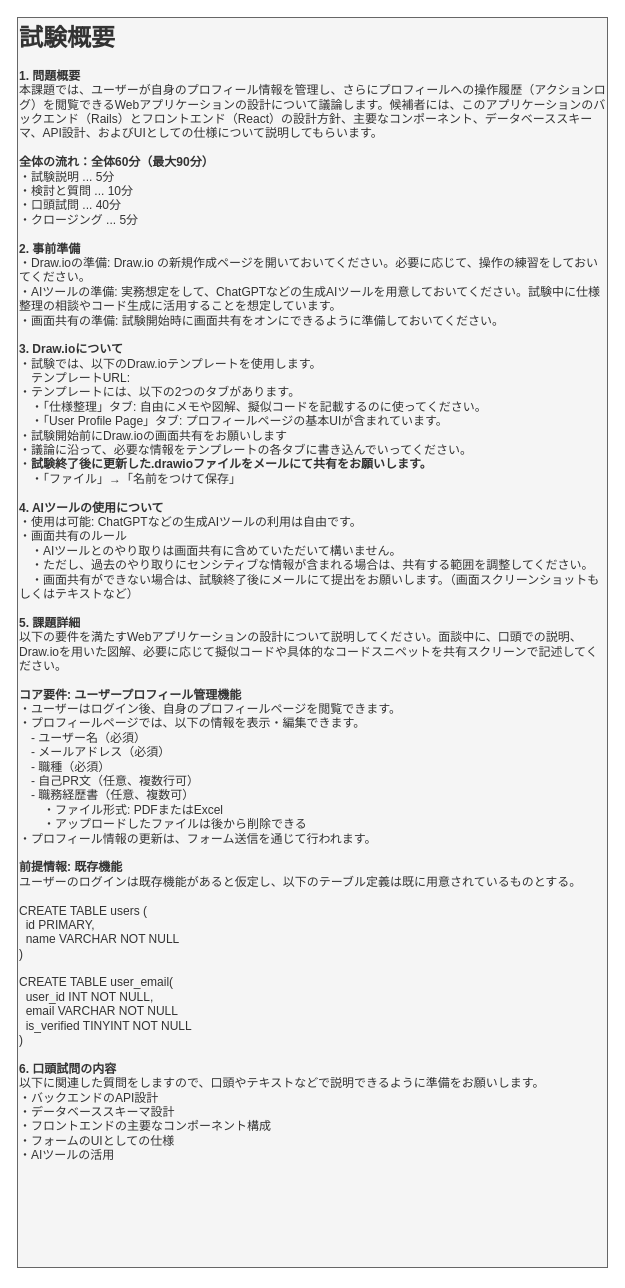
Above: page "試験概要" (1 of 3) of skillcheck/skillcheck.drawio in IkutaMayumi/public (draw.io), before the change. Source tidied: cells renumbered, new cells numbered last; positions are measured from the earlier drawing's top-left corner, leaving out a move shared by most shapes. Both pictures are drawn from the tidied source at 100%, with x=0, y=0 at pixel (17, 17).
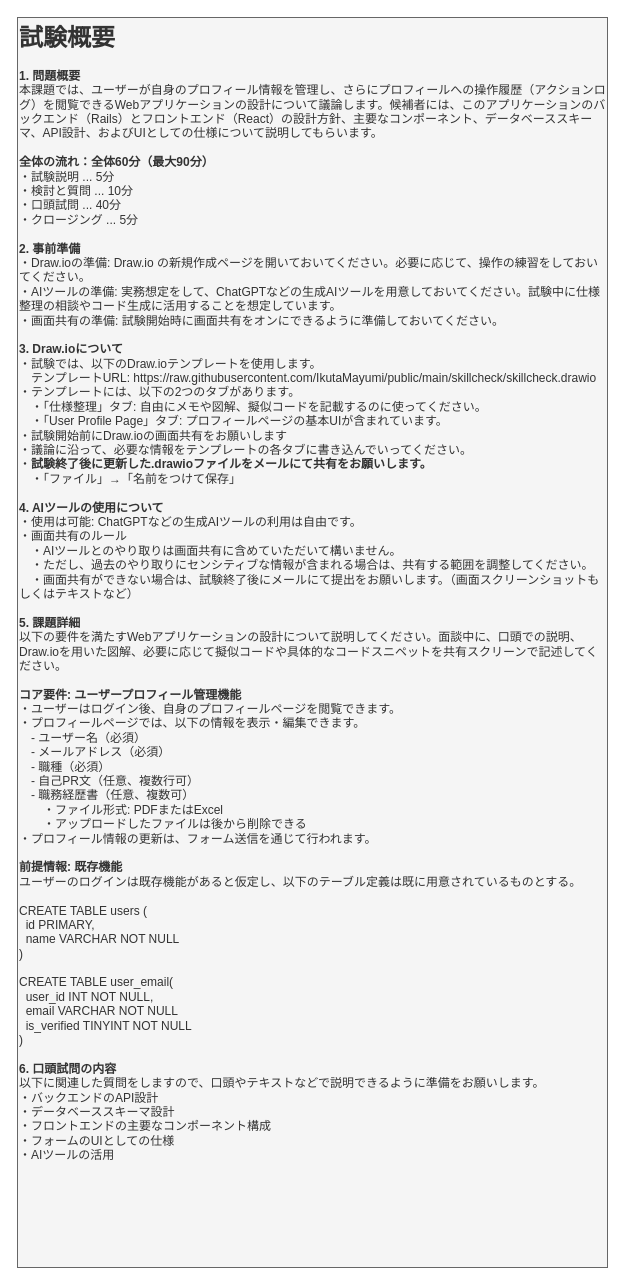
After the change.

What changed in the source:
```diff
@@
 <mxGraphModel>
   <root>
     <mxCell id="0" />
     <mxCell id="1" parent="0" />
-    <mxCell id="2" value="&lt;h1 style=&quot;margin-top: 0px;&quot;&gt;試験概要&lt;/h1&gt;&lt;div&gt;&lt;b&gt;1. 問題概要&lt;/b&gt;&lt;/div&gt;&lt;div&gt;本課題では、ユーザーが自身のプロフィール情報を管理し、さらにプロフィールへの操作履歴（アクションログ）を閲覧できるWebアプリケーションの設計について議論します。候補者には、このアプリケーションのバックエンド（Rails）とフロントエンド（React）の設計方針、主要なコンポーネント、データベーススキーマ、API設計、およびUIとしての仕様について説明してもらいます。&lt;br&gt;&lt;br&gt;&lt;b&gt;全体の流れ：全体60分（最大90分）&lt;br&gt;&lt;/b&gt;・試験説明 ... 5分&lt;br&gt;・検討と質問 ... 10分&lt;br&gt;・口頭試問 ... 40分&lt;br&gt;・クロージング ... 5分&lt;/div&gt;&lt;div&gt;&lt;br&gt;&lt;/div&gt;&lt;div&gt;&lt;b&gt;2. 事前準備&lt;/b&gt;&lt;/div&gt;&lt;div&gt;・Draw.ioの準備: Draw.io の新規作成ページを開いておいてください。必要に応じて、操作の練習をしておいてください。&lt;/div&gt;&lt;div&gt;・AIツールの準備: 実務想定をして、ChatGPTなどの生成AIツールを用意しておいてください。試験中に仕様整理の相談やコード生成に活用することを想定しています。&lt;/div&gt;&lt;div&gt;・画面共有の準備: 試験開始時に画面共有をオンにできるように準備しておいてください。&lt;/div&gt;&lt;div&gt;&lt;br&gt;&lt;b&gt;3. Draw.ioについて&lt;/b&gt;&lt;br&gt;&lt;div&gt;・試験では、以下のDraw.ioテンプレートを使用します。&lt;/div&gt;&lt;div&gt;　テンプレートURL:&amp;nbsp;&lt;/div&gt;&lt;div&gt;・&lt;span style=&quot;background-color: transparent; color: light-dark(rgb(51, 51, 51), rgb(193, 193, 193));&quot;&gt;テンプレートには、以下の2つのタブがあります。&lt;/span&gt;&lt;/div&gt;&lt;div&gt;&lt;div&gt;　・&lt;span style=&quot;background-color: transparent; color: light-dark(rgb(51, 51, 51), rgb(193, 193, 193));&quot;&gt;「仕様整理」タブ: 自由にメモや図解、擬似コードを記載するのに使ってください。&lt;/span&gt;&lt;/div&gt;　・&lt;span style=&quot;background-color: transparent; color: light-dark(rgb(51, 51, 51), rgb(193, 193, 193));&quot;&gt;「&lt;/span&gt;&lt;span style=&quot;background-color: transparent;&quot;&gt;User Profile Page&lt;/span&gt;&lt;span style=&quot;background-color: transparent; color: light-dark(rgb(51, 51, 51), rgb(193, 193, 193));&quot;&gt;」タブ: プロフィールページの基本UIが含まれています。&lt;/span&gt;&lt;/div&gt;&lt;div&gt;&lt;span style=&quot;background-color: transparent; color: light-dark(rgb(51, 51, 51), rgb(193, 193, 193));&quot;&gt;・試験開始前に&lt;/span&gt;&lt;span style=&quot;background-color: transparent; color: light-dark(rgb(51, 51, 51), rgb(193, 193, 193));&quot;&gt;Draw.ioの画面共有をお願いします&lt;/span&gt;&lt;/div&gt;&lt;div&gt;・&lt;span style=&quot;background-color: transparent; color: light-dark(rgb(51, 51, 51), rgb(193, 193, 193));&quot;&gt;議論に沿って、必要な情報をテンプレートの各タブに書き込んでいってください。&lt;br&gt;・&lt;b&gt;試験終了後に更新した.&lt;/b&gt;&lt;/span&gt;&lt;b&gt;&lt;span style=&quot;background-color: transparent;&quot;&gt;drawio&lt;/span&gt;&lt;span style=&quot;background-color: transparent; color: light-dark(rgb(51, 51, 51), rgb(193, 193, 193));&quot;&gt;ファイルをメールにて共有をお願いします。&lt;/span&gt;&lt;/b&gt;&lt;/div&gt;&lt;div&gt;&lt;span style=&quot;background-color: transparent; color: light-dark(rgb(51, 51, 51), rgb(193, 193, 193));&quot;&gt;　・「ファイル」→「名前をつけて保存」&lt;br&gt;&lt;br&gt;&lt;/span&gt;&lt;/div&gt;&lt;b&gt;4. AIツールの使用について&lt;/b&gt;&lt;br&gt;・&lt;span style=&quot;background-color: transparent;&quot;&gt;使用は可能: ChatGPTなどの生成AIツールの利用は自由です。&lt;/span&gt;&lt;div&gt;・画面共有のルール&lt;br&gt;　・AIツールとのやり取りは画面共有に含めていただいて構いません。&lt;br&gt;　・ただし、過去のやり取りにセンシティブな情報が含まれる場合は、共有する範囲を調整してください。&lt;/div&gt;　・画面共有ができない場合は、試験終了後にメールにて提出をお願いします。（画面スクリーンショットもしくはテキストなど）&lt;br&gt;&lt;div&gt;&lt;b&gt;&lt;br class=&quot;Apple-interchange-newline&quot;&gt;5. 課題詳細&lt;/b&gt;&lt;/div&gt;&lt;div&gt;以下の要件を満たすWebアプリケーションの設計について説明してください。面談中に、口頭での説明、Draw.ioを用いた図解、必要に応じて擬似コードや具体的なコードスニペットを共有スクリーンで記述してください。&lt;/div&gt;&lt;div&gt;&lt;br&gt;&lt;/div&gt;&lt;div&gt;&lt;b&gt;コア要件: ユーザープロフィール管理機能&lt;/b&gt;&lt;/div&gt;&lt;div&gt;・ユーザーはログイン後、自身のプロフィールページを閲覧できます。&lt;/div&gt;&lt;div&gt;・プロフィールページでは、以下の情報を表示・編集できます。&lt;/div&gt;&lt;div&gt;　- ユーザー名（必須）&lt;/div&gt;&lt;div&gt;　- メールアドレス（必須）&lt;/div&gt;&lt;div&gt;　- 職種（必須）&lt;/div&gt;&lt;div&gt;　- 自己PR文（任意、複数行可）&lt;/div&gt;&lt;div&gt;　- 職務経歴書（任意、複数可）&lt;/div&gt;&lt;div&gt;　　・ファイル形式: PDFまたはExcel&lt;/div&gt;&lt;div&gt;　　・アップロードしたファイルは後から削除できる&lt;/div&gt;&lt;div&gt;・プロフィール情報の更新は、フォーム送信を通じて行われます。&lt;br&gt;&lt;br&gt;&lt;b&gt;前提情報: 既存機能&lt;/b&gt;&lt;br&gt;ユーザーのログインは既存機能があると仮定し、以下のテーブル定義は既に用意されているものとする。&lt;br&gt;&lt;br&gt;&lt;div&gt;CREATE TABLE users (&lt;/div&gt;&lt;div&gt;&amp;nbsp; id PRIMARY,&lt;/div&gt;&lt;div&gt;&amp;nbsp; name VARCHAR NOT NULL&lt;/div&gt;&lt;div&gt;)&lt;/div&gt;&lt;div&gt;&lt;br&gt;&lt;/div&gt;&lt;div&gt;CREATE TABLE user_email(&lt;/div&gt;&lt;div&gt;&amp;nbsp; user_id INT NOT NULL,&lt;/div&gt;&lt;div&gt;&amp;nbsp; email VARCHAR NOT NULL&lt;/div&gt;&lt;div&gt;&amp;nbsp; is_verified TINYINT NOT NULL&lt;/div&gt;&lt;div&gt;)&lt;/div&gt;&lt;br&gt;&lt;b&gt;6. 口頭試問の内容&lt;br&gt;&lt;/b&gt;以下に関連した質問をしますので、口頭やテキストなどで説明できるように準備をお願いします。&lt;br&gt;&lt;div&gt;・バックエンドのAPI設計&lt;/div&gt;&lt;div&gt;・データベーススキーマ設計&lt;/div&gt;&lt;div&gt;・フロントエンドの主要なコンポーネント構成&lt;br&gt;・&lt;span style=&quot;background-color: transparent; color: light-dark(rgb(51, 51, 51), rgb(193, 193, 193));&quot;&gt;フォームのUIとしての仕様&lt;br&gt;&lt;/span&gt;&lt;span style=&quot;background-color: transparent; color: light-dark(rgb(51, 51, 51), rgb(193, 193, 193));&quot;&gt;・&lt;/span&gt;&lt;span style=&quot;background-color: transparent;&quot;&gt;&lt;/span&gt;&lt;span style=&quot;background-color: transparent;&quot;&gt;AIツールの活用&lt;/span&gt;&lt;/div&gt;&lt;/div&gt;&lt;/div&gt;&lt;div&gt;&lt;br&gt;&lt;/div&gt;" style="text;html=1;whiteSpace=wrap;overflow=hidden;rounded=0;fillColor=#f5f5f5;fontColor=#333333;strokeColor=#666666;" parent="1" vertex="1">
+    <mxCell id="2" value="&lt;h1 style=&quot;margin-top: 0px;&quot;&gt;試験概要&lt;/h1&gt;&lt;div&gt;&lt;b&gt;1. 問題概要&lt;/b&gt;&lt;/div&gt;&lt;div&gt;本課題では、ユーザーが自身のプロフィール情報を管理し、さらにプロフィールへの操作履歴（アクションログ）を閲覧できるWebアプリケーションの設計について議論します。候補者には、このアプリケーションのバックエンド（Rails）とフロントエンド（React）の設計方針、主要なコンポーネント、データベーススキーマ、API設計、およびUIとしての仕様について説明してもらいます。&lt;br&gt;&lt;br&gt;&lt;b&gt;全体の流れ：全体60分（最大90分）&lt;br&gt;&lt;/b&gt;・試験説明 ... 5分&lt;br&gt;・検討と質問 ... 10分&lt;br&gt;・口頭試問 ... 40分&lt;br&gt;・クロージング ... 5分&lt;/div&gt;&lt;div&gt;&lt;br&gt;&lt;/div&gt;&lt;div&gt;&lt;b&gt;2. 事前準備&lt;/b&gt;&lt;/div&gt;&lt;div&gt;・Draw.ioの準備: Draw.io の新規作成ページを開いておいてください。必要に応じて、操作の練習をしておいてください。&lt;/div&gt;&lt;div&gt;・AIツールの準備: 実務想定をして、ChatGPTなどの生成AIツールを用意しておいてください。試験中に仕様整理の相談やコード生成に活用することを想定しています。&lt;/div&gt;&lt;div&gt;・画面共有の準備: 試験開始時に画面共有をオンにできるように準備しておいてください。&lt;/div&gt;&lt;div&gt;&lt;br&gt;&lt;b&gt;3. Draw.ioについて&lt;/b&gt;&lt;br&gt;&lt;div&gt;・試験では、以下のDraw.ioテンプレートを使用します。&lt;/div&gt;&lt;div&gt;　テンプレートURL:&amp;nbsp;https://raw.githubusercontent.com/IkutaMayumi/public/main/skillcheck/skillcheck.drawio&lt;/div&gt;&lt;div&gt;・&lt;span style=&quot;background-color: transparent; color: light-dark(rgb(51, 51, 51), rgb(193, 193, 193));&quot;&gt;テンプレートには、以下の2つのタブがあります。&lt;/span&gt;&lt;/div&gt;&lt;div&gt;&lt;div&gt;　・&lt;span style=&quot;background-color: transparent; color: light-dark(rgb(51, 51, 51), rgb(193, 193, 193));&quot;&gt;「仕様整理」タブ: 自由にメモや図解、擬似コードを記載するのに使ってください。&lt;/span&gt;&lt;/div&gt;　・&lt;span style=&quot;background-color: transparent; color: light-dark(rgb(51, 51, 51), rgb(193, 193, 193));&quot;&gt;「&lt;/span&gt;&lt;span style=&quot;background-color: transparent;&quot;&gt;User Profile Page&lt;/span&gt;&lt;span style=&quot;background-color: transparent; color: light-dark(rgb(51, 51, 51), rgb(193, 193, 193));&quot;&gt;」タブ: プロフィールページの基本UIが含まれています。&lt;/span&gt;&lt;/div&gt;&lt;div&gt;&lt;span style=&quot;background-color: transparent; color: light-dark(rgb(51, 51, 51), rgb(193, 193, 193));&quot;&gt;・試験開始前に&lt;/span&gt;&lt;span style=&quot;background-color: transparent; color: light-dark(rgb(51, 51, 51), rgb(193, 193, 193));&quot;&gt;Draw.ioの画面共有をお願いします&lt;/span&gt;&lt;/div&gt;&lt;div&gt;・&lt;span style=&quot;background-color: transparent; color: light-dark(rgb(51, 51, 51), rgb(193, 193, 193));&quot;&gt;議論に沿って、必要な情報をテンプレートの各タブに書き込んでいってください。&lt;br&gt;・&lt;b&gt;試験終了後に更新した.&lt;/b&gt;&lt;/span&gt;&lt;b&gt;&lt;span style=&quot;background-color: transparent;&quot;&gt;drawio&lt;/span&gt;&lt;span style=&quot;background-color: transparent; color: light-dark(rgb(51, 51, 51), rgb(193, 193, 193));&quot;&gt;ファイルをメールにて共有をお願いします。&lt;/span&gt;&lt;/b&gt;&lt;/div&gt;&lt;div&gt;&lt;span style=&quot;background-color: transparent; color: light-dark(rgb(51, 51, 51), rgb(193, 193, 193));&quot;&gt;　・「ファイル」→「名前をつけて保存」&lt;br&gt;&lt;br&gt;&lt;/span&gt;&lt;/div&gt;&lt;b&gt;4. AIツールの使用について&lt;/b&gt;&lt;br&gt;・&lt;span style=&quot;background-color: transparent;&quot;&gt;使用は可能: ChatGPTなどの生成AIツールの利用は自由です。&lt;/span&gt;&lt;div&gt;・画面共有のルール&lt;br&gt;　・AIツールとのやり取りは画面共有に含めていただいて構いません。&lt;br&gt;　・ただし、過去のやり取りにセンシティブな情報が含まれる場合は、共有する範囲を調整してください。&lt;/div&gt;　・画面共有ができない場合は、試験終了後にメールにて提出をお願いします。（画面スクリーンショットもしくはテキストなど）&lt;br&gt;&lt;div&gt;&lt;b&gt;&lt;br class=&quot;Apple-interchange-newline&quot;&gt;5. 課題詳細&lt;/b&gt;&lt;/div&gt;&lt;div&gt;以下の要件を満たすWebアプリケーションの設計について説明してください。面談中に、口頭での説明、Draw.ioを用いた図解、必要に応じて擬似コードや具体的なコードスニペットを共有スクリーンで記述してください。&lt;/div&gt;&lt;div&gt;&lt;br&gt;&lt;/div&gt;&lt;div&gt;&lt;b&gt;コア要件: ユーザープロフィール管理機能&lt;/b&gt;&lt;/div&gt;&lt;div&gt;・ユーザーはログイン後、自身のプロフィールページを閲覧できます。&lt;/div&gt;&lt;div&gt;・プロフィールページでは、以下の情報を表示・編集できます。&lt;/div&gt;&lt;div&gt;　- ユーザー名（必須）&lt;/div&gt;&lt;div&gt;　- メールアドレス（必須）&lt;/div&gt;&lt;div&gt;　- 職種（必須）&lt;/div&gt;&lt;div&gt;　- 自己PR文（任意、複数行可）&lt;/div&gt;&lt;div&gt;　- 職務経歴書（任意、複数可）&lt;/div&gt;&lt;div&gt;　　・ファイル形式: PDFまたはExcel&lt;/div&gt;&lt;div&gt;　　・アップロードしたファイルは後から削除できる&lt;/div&gt;&lt;div&gt;・プロフィール情報の更新は、フォーム送信を通じて行われます。&lt;br&gt;&lt;br&gt;&lt;b&gt;前提情報: 既存機能&lt;/b&gt;&lt;br&gt;ユーザーのログインは既存機能があると仮定し、以下のテーブル定義は既に用意されているものとする。&lt;br&gt;&lt;br&gt;&lt;div&gt;CREATE TABLE users (&lt;/div&gt;&lt;div&gt;&amp;nbsp; id PRIMARY,&lt;/div&gt;&lt;div&gt;&amp;nbsp; name VARCHAR NOT NULL&lt;/div&gt;&lt;div&gt;)&lt;/div&gt;&lt;div&gt;&lt;br&gt;&lt;/div&gt;&lt;div&gt;CREATE TABLE user_email(&lt;/div&gt;&lt;div&gt;&amp;nbsp; user_id INT NOT NULL,&lt;/div&gt;&lt;div&gt;&amp;nbsp; email VARCHAR NOT NULL&lt;/div&gt;&lt;div&gt;&amp;nbsp; is_verified TINYINT NOT NULL&lt;/div&gt;&lt;div&gt;)&lt;/div&gt;&lt;br&gt;&lt;b&gt;6. 口頭試問の内容&lt;br&gt;&lt;/b&gt;以下に関連した質問をしますので、口頭やテキストなどで説明できるように準備をお願いします。&lt;br&gt;&lt;div&gt;・バックエンドのAPI設計&lt;/div&gt;&lt;div&gt;・データベーススキーマ設計&lt;/div&gt;&lt;div&gt;・フロントエンドの主要なコンポーネント構成&lt;br&gt;・&lt;span style=&quot;background-color: transparent; color: light-dark(rgb(51, 51, 51), rgb(193, 193, 193));&quot;&gt;フォームのUIとしての仕様&lt;br&gt;&lt;/span&gt;&lt;span style=&quot;background-color: transparent; color: light-dark(rgb(51, 51, 51), rgb(193, 193, 193));&quot;&gt;・&lt;/span&gt;&lt;span style=&quot;background-color: transparent;&quot;&gt;&lt;/span&gt;&lt;span style=&quot;background-color: transparent;&quot;&gt;AIツールの活用&lt;/span&gt;&lt;/div&gt;&lt;/div&gt;&lt;/div&gt;&lt;div&gt;&lt;br&gt;&lt;/div&gt;" style="text;html=1;whiteSpace=wrap;overflow=hidden;rounded=0;fillColor=#f5f5f5;fontColor=#333333;strokeColor=#666666;" parent="1" vertex="1">
       <mxGeometry width="590" height="1250" as="geometry" />
     </mxCell>
   </root>
 </mxGraphModel>
```
